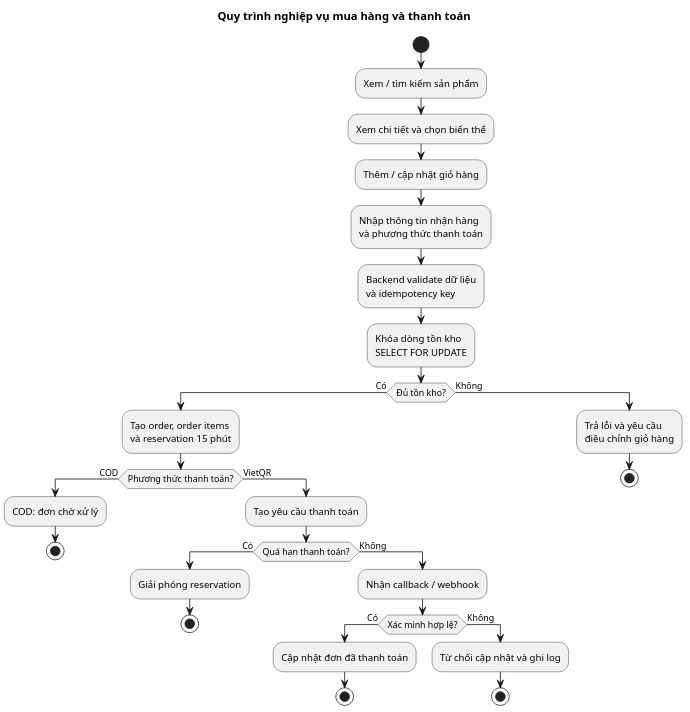
This is BCDA/Hinhve/chuong2_activity_checkout.png from quangliz/Petshop, a PlantUML export, as it was before one commit. Its source is kept beside it as BCDA/Hinhve/chuong2_activity_checkout.puml.
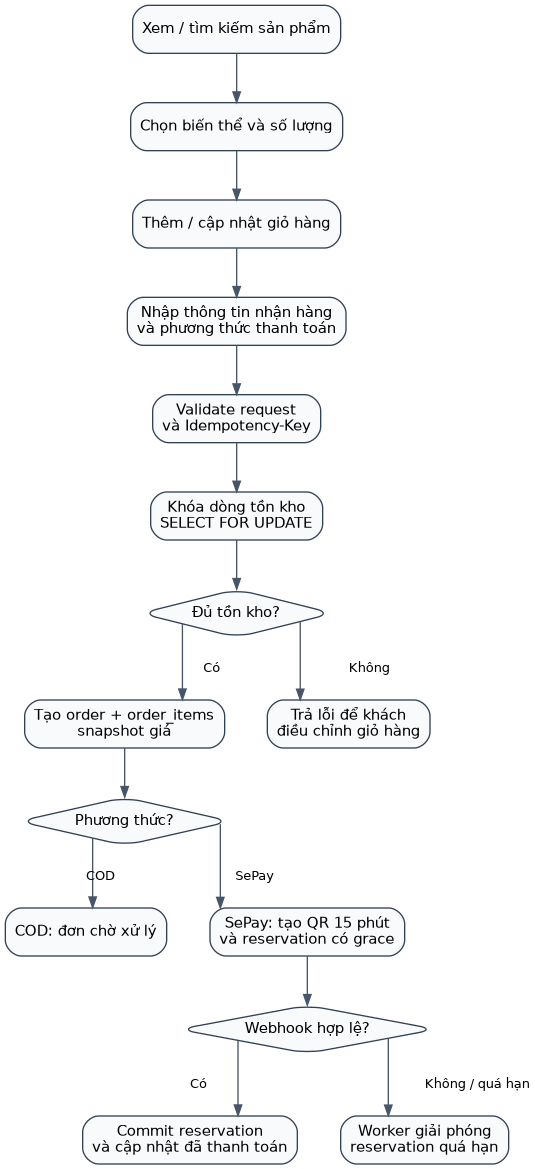
After the change.

Diff of the diagram source:
```diff
@@ -11,19 +11,19 @@
 :Khóa dòng tồn kho\nSELECT FOR UPDATE;
 
 if (Đủ tồn kho?) then (Có)
-  :Tạo order, order items\nvà reservation 15 phút;
+  :Tạo order, order items\nvà reservation cho SePay;
   if (Phương thức thanh toán?) then (COD)
     :COD: đơn chờ xử lý;
     stop
-  else (VNPay / VietQR)
-    :Tạo yêu cầu thanh toán;
+  else (SePay VietQR)
+    :Tạo QR thanh toán\nhết hạn 15 phút;
     if (Quá hạn thanh toán?) then (Có)
       :Giải phóng reservation;
       stop
     else (Không)
-      :Nhận callback / webhook;
+      :Nhận webhook SePay;
       if (Xác minh hợp lệ?) then (Có)
-        :Cập nhật đơn đã thanh toán;
+        :Commit reservation\nvà cập nhật đã thanh toán;
         stop
       else (Không)
         :Từ chối cập nhật và ghi log;
```
